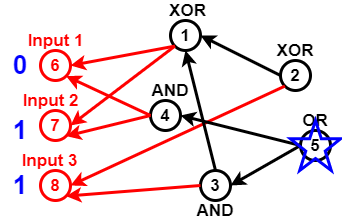
Above: Untitled Diagram.png in sara1024/-CCF201412-2-Z- (draw.io), before the change. Source tidied: cells renumbered, new cells last; positions are measured from the earlier drawing's top-left corner, leaving out a move shared by most shapes.
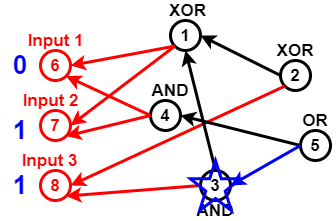
The same diagram one commit later.

Diff of the diagram source:
```diff
@@ -47,7 +47,7 @@
     <mxCell id="16" style="endArrow=classic;html=1;strokeWidth=3;fontSize=17;fontColor=#000000;entryX=1;entryY=0.5;entryDx=0;entryDy=0;exitX=0;exitY=0.5;exitDx=0;exitDy=0;" parent="1" edge="1" source="15" target="8">
       <mxGeometry relative="1" as="geometry" />
     </mxCell>
-    <mxCell id="17" style="endArrow=classic;html=1;strokeColor=#000000;strokeWidth=3;fontSize=17;fontColor=#000000;entryX=1;entryY=0.5;entryDx=0;entryDy=0;exitX=0;exitY=0.5;exitDx=0;exitDy=0;" parent="1" edge="1" source="15" target="11">
+    <mxCell id="17" style="endArrow=classic;html=1;strokeWidth=3;fontSize=17;fontColor=#000000;entryX=1;entryY=0.5;entryDx=0;entryDy=0;exitX=0;exitY=0.5;exitDx=0;exitDy=0;strokeColor=#0000FF;" parent="1" edge="1" source="15" target="11">
       <mxGeometry relative="1" as="geometry" />
     </mxCell>
     <mxCell id="18" style="endArrow=classic;html=1;strokeColor=#000000;strokeWidth=3;fontSize=17;fontColor=#000000;entryX=0.5;entryY=1;entryDx=0;entryDy=0;exitX=0.5;exitY=0;exitDx=0;exitDy=0;" parent="1" edge="1" source="11" target="5">
@@ -90,7 +90,7 @@
       <mxGeometry y="175" width="40" height="20" as="geometry" />
     </mxCell>
     <mxCell id="31" style="verticalLabelPosition=bottom;verticalAlign=top;html=1;shape=mxgraph.basic.star;strokeWidth=3;fillColor=none;gradientColor=none;fontSize=26;fontColor=#0000CC;strokeColor=#0000FF;" parent="1" vertex="1">
-      <mxGeometry x="290" y="120" width="50" height="50" as="geometry" />
+      <mxGeometry x="190" y="160" width="50" height="50" as="geometry" />
     </mxCell>
   </root>
 </mxGraphModel>
```
